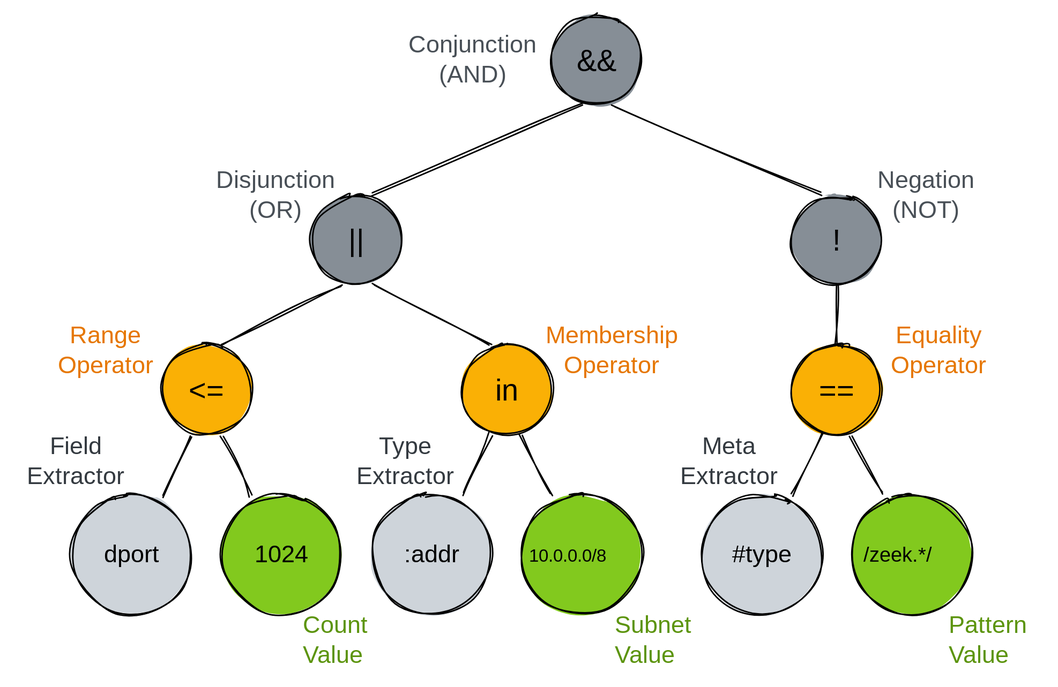
Above: web/docs/understand/language/expressions.excalidraw.svg in tenzir/tenzir (Excalidraw), before the change. Source tidied: one line per element, renumbered; positions are measured from the earlier drawing's top-left corner, leaving out a move shared by most shapes.
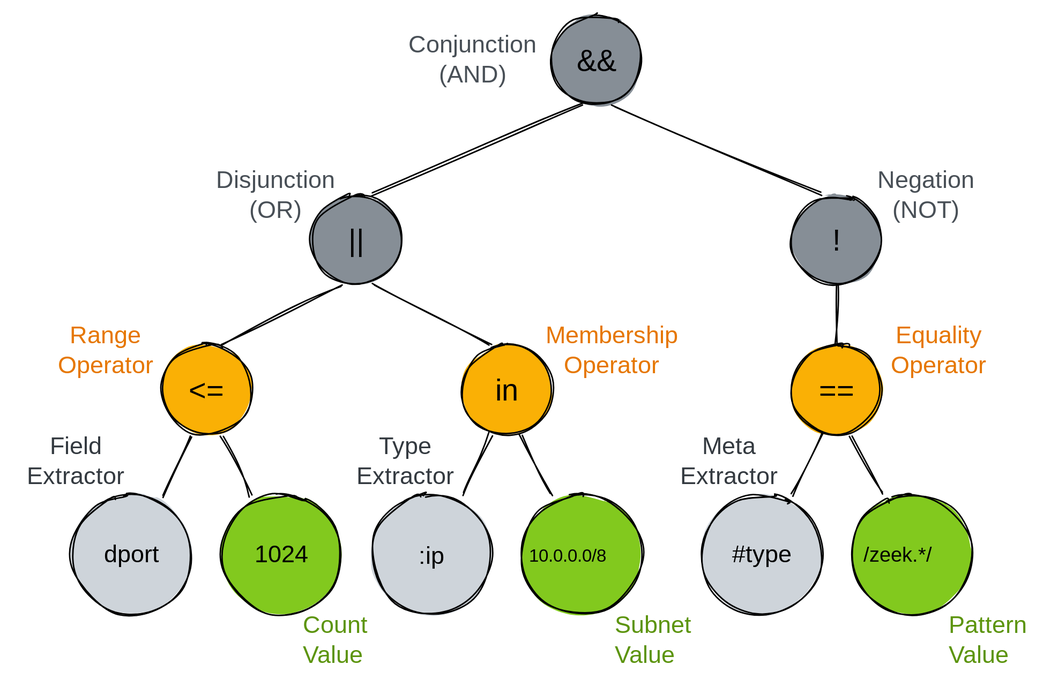
The same file after the commit.

Commit message:
Rename :addr to :ip type extractor

What changed in the source:
```diff
@@ -20,7 +20,7 @@
 {"id": 19, "type": "ellipse", "strokeColor": "#000000", "backgroundColor": "#82c91e", "fillStyle": "solid", "strokeWidth": 1, "roughness": 1, "x": 138, "y": 320, "width": 80, "height": 80}
 {"id": 20, "type": "text", "text": "1024", "strokeColor": "#000000", "strokeWidth": 1, "roughness": 1, "fontSize": 16, "fontFamily": 3, "textAlign": "center", "verticalAlign": "middle", "inside": 19, "x": 158, "y": 350, "width": 40, "height": 19}
 {"id": 21, "type": "ellipse", "strokeColor": "#000000", "backgroundColor": "#ced4da", "fillStyle": "solid", "strokeWidth": 1, "roughness": 1, "x": 238, "y": 320, "width": 80, "height": 80}
-{"id": 22, "type": "text", "text": ":addr", "strokeColor": "#000000", "strokeWidth": 1, "roughness": 1, "fontSize": 16, "fontFamily": 3, "textAlign": "center", "verticalAlign": "middle", "inside": 21, "x": 253, "y": 350, "width": 49, "height": 19}
+{"id": 22, "type": "text", "text": ":ip", "strokeColor": "#000000", "strokeWidth": 1, "roughness": 1, "fontSize": 16, "fontFamily": 3, "textAlign": "center", "verticalAlign": "middle", "inside": 21, "x": 263, "y": 350, "width": 30, "height": 20}
 {"id": 23, "type": "ellipse", "strokeColor": "#000000", "backgroundColor": "#82c91e", "fillStyle": "solid", "strokeWidth": 1, "roughness": 1, "x": 338, "y": 320, "width": 80, "height": 80}
 {"id": 24, "type": "ellipse", "strokeColor": "#000000", "backgroundColor": "#ced4da", "fillStyle": "solid", "strokeWidth": 1, "roughness": 1, "x": 458, "y": 320, "width": 80, "height": 80}
 {"id": 25, "type": "text", "text": "#type", "strokeColor": "#000000", "strokeWidth": 1, "roughness": 1, "fontSize": 16, "fontFamily": 3, "textAlign": "center", "verticalAlign": "middle", "inside": 24, "x": 473, "y": 350, "width": 49, "height": 19}
```
